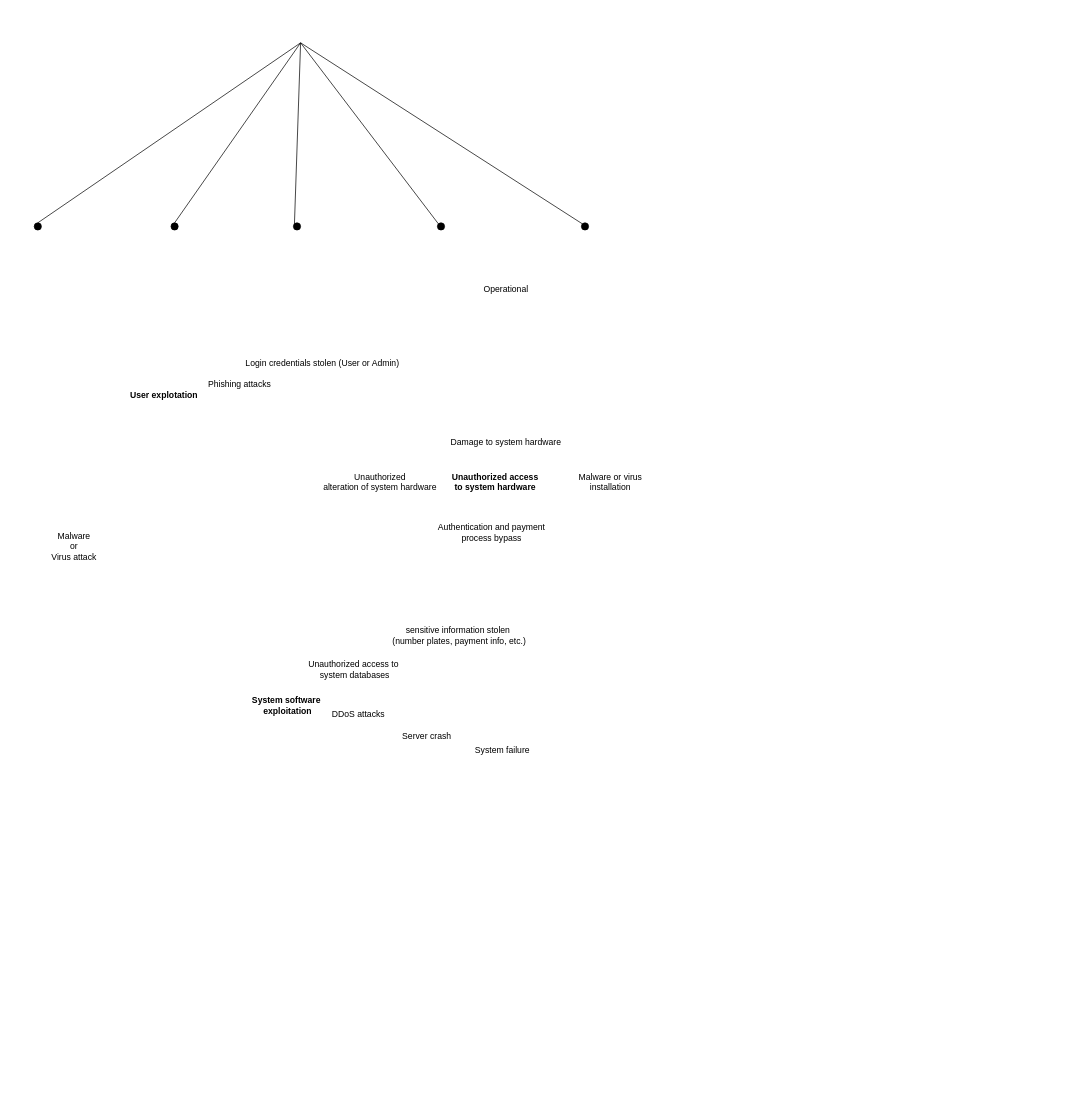
Before: Untitled Diagram.drawio in ZINGALOOME/SecEngineering, a draw.io diagram. Source tidied: cells renumbered, new cells numbered last; positions are measured from the earlier drawing's top-left corner, leaving out a move shared by most shapes. Both pictures are drawn from the tidied source at 72%, with x=0, y=0 at pixel (34, 42).
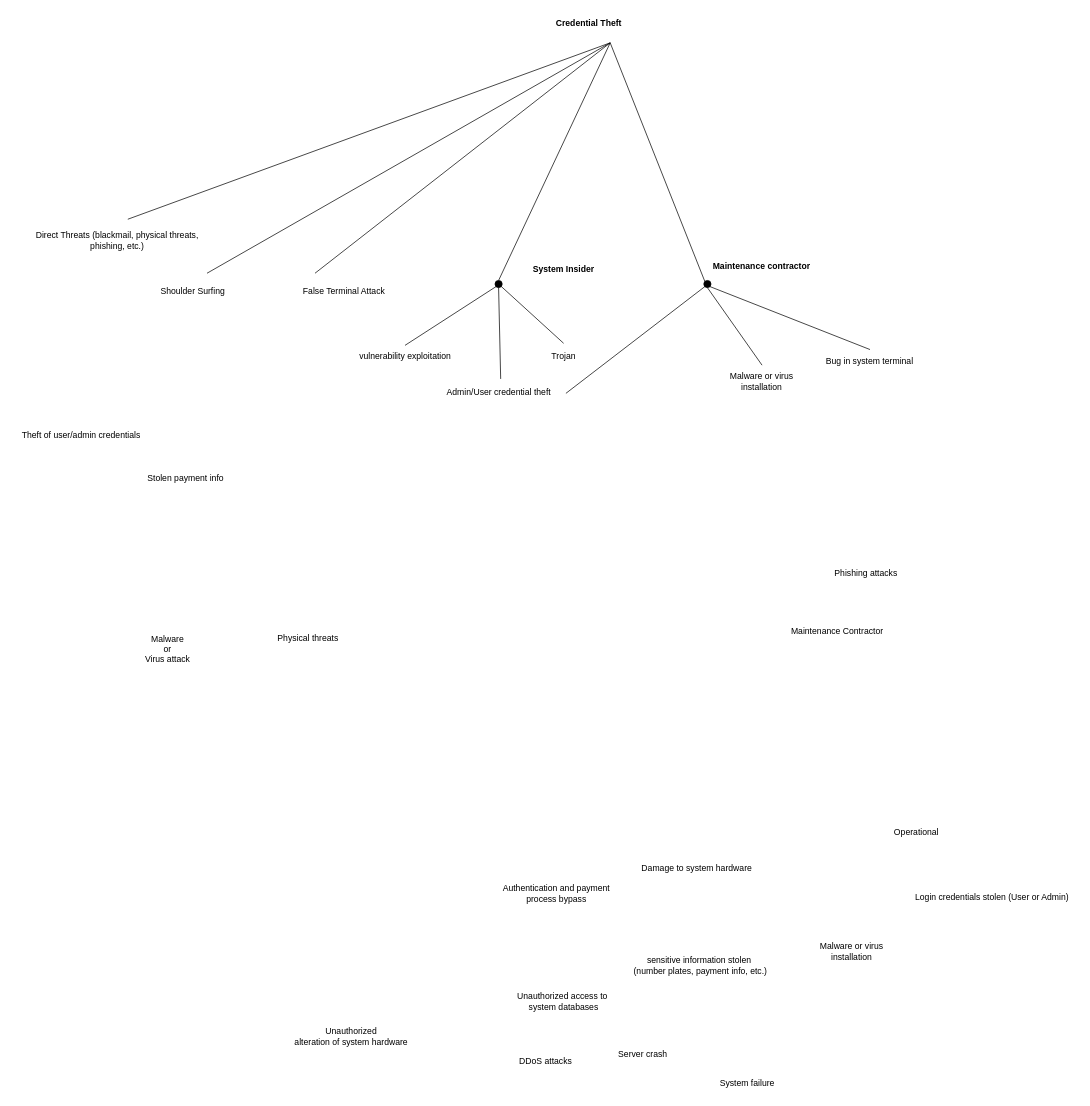
The same diagram, later.

Commit message:
Credential Theft

What changed in the source:
```diff
@@
     <mxCell id="2" value="Damage to system hardware" style="text;html=1;align=center;verticalAlign=middle;strokeColor=none;fillColor=none;" parent="1" vertex="1">
-      <mxGeometry x="565" y="540" width="180" height="30" as="geometry" />
+      <mxGeometry x="830" y="1132" width="180" height="30" as="geometry" />
     </mxCell>
     <mxCell id="3" value="Unauthorized&lt;br&gt;alteration of system hardware" style="text;html=1;align=center;verticalAlign=middle;strokeColor=none;fillColor=none;" parent="1" vertex="1">
-      <mxGeometry x="390" y="590" width="180" height="40" as="geometry" />
+      <mxGeometry x="350" y="1360" width="180" height="40" as="geometry" />
     </mxCell>
     <mxCell id="4" value="Malware &lt;br&gt;or&lt;br&gt;&amp;nbsp;Virus attack&amp;nbsp;" style="text;html=1;align=center;verticalAlign=middle;strokeColor=none;fillColor=none;" parent="1" vertex="1">
-      <mxGeometry x="10" y="670" width="90" height="60" as="geometry" />
+      <mxGeometry x="140" y="812" width="90" height="60" as="geometry" />
     </mxCell>
-    <mxCell id="5" value="&lt;b&gt;System software&lt;br&gt;&amp;nbsp;exploitation&lt;/b&gt;" style="text;html=1;align=center;verticalAlign=middle;strokeColor=none;fillColor=none;" parent="1" vertex="1">
-      <mxGeometry x="290" y="900" width="120" height="40" as="geometry" />
+    <mxCell id="5" value="False Terminal Attack" style="text;html=1;align=center;verticalAlign=middle;strokeColor=none;fillColor=none;" parent="1" vertex="1">
+      <mxGeometry x="360" y="330" width="140" height="30" as="geometry" />
     </mxCell>
     <mxCell id="6" value="Operational" style="text;html=1;align=center;verticalAlign=middle;strokeColor=none;fillColor=none;" parent="1" vertex="1">
-      <mxGeometry x="610" y="328" width="90" height="30" as="geometry" />
+      <mxGeometry x="1180" y="1082" width="90" height="30" as="geometry" />
     </mxCell>
     <mxCell id="7" style="ellipse;whiteSpace=wrap;html=1;fillColor=#000000;" parent="1" vertex="1">
-      <mxGeometry x="760" y="250" width="10" height="10" as="geometry" />
+      <mxGeometry x="930" y="330" width="10" height="10" as="geometry" />
     </mxCell>
-    <mxCell id="8" style="endArrow=none;html=1;rounded=0;exitX=0.5;exitY=0;exitDx=0;exitDy=0;" parent="1" edge="1" source="16">
+    <mxCell id="8" style="endArrow=none;html=1;rounded=0;" parent="1" edge="1">
       <mxGeometry relative="1" as="geometry">
-        <mxPoint x="370" as="targetPoint" />
+        <mxPoint x="130" y="245" as="sourcePoint" />
+        <mxPoint x="800" as="targetPoint" />
       </mxGeometry>
     </mxCell>
-    <mxCell id="9" style="endArrow=none;html=1;rounded=0;exitX=0.5;exitY=0;exitDx=0;exitDy=0;" parent="1" edge="1" source="15">
+    <mxCell id="9" style="endArrow=none;html=1;rounded=0;" parent="1" edge="1">
       <mxGeometry relative="1" as="geometry">
-        <mxPoint x="370" as="targetPoint" />
+        <mxPoint x="240" y="320" as="sourcePoint" />
+        <mxPoint x="800" as="targetPoint" />
       </mxGeometry>
     </mxCell>
-    <mxCell id="10" style="endArrow=none;html=1;rounded=0;exitX=0;exitY=0;exitDx=0;exitDy=0;" parent="1" edge="1" source="14">
+    <mxCell id="10" style="endArrow=none;html=1;rounded=0;" parent="1" edge="1">
       <mxGeometry relative="1" as="geometry">
-        <mxPoint x="370" as="targetPoint" />
+        <mxPoint x="390" y="320" as="sourcePoint" />
+        <mxPoint x="800" as="targetPoint" />
       </mxGeometry>
     </mxCell>
-    <mxCell id="11" style="endArrow=none;html=1;rounded=0;exitX=0;exitY=0;exitDx=0;exitDy=0;" parent="1" edge="1" source="13">
+    <mxCell id="11" style="endArrow=none;html=1;rounded=0;exitX=0.5;exitY=0;exitDx=0;exitDy=0;" parent="1" edge="1" source="35">
       <mxGeometry relative="1" as="geometry">
-        <mxPoint x="370" as="targetPoint" />
+        <mxPoint x="800" as="targetPoint" />
       </mxGeometry>
     </mxCell>
     <mxCell id="12" style="endArrow=none;html=1;rounded=0;exitX=0;exitY=0;exitDx=0;exitDy=0;" parent="1" edge="1" source="7">
       <mxGeometry relative="1" as="geometry">
-        <mxPoint x="370" as="targetPoint" />
+        <mxPoint x="800" as="targetPoint" />
       </mxGeometry>
     </mxCell>
-    <mxCell id="13" style="ellipse;whiteSpace=wrap;html=1;fillColor=#000000;" parent="1" vertex="1">
-      <mxGeometry x="560" y="250" width="10" height="10" as="geometry" />
-    </mxCell>
-    <mxCell id="14" style="ellipse;whiteSpace=wrap;html=1;fillColor=#000000;" parent="1" vertex="1">
-      <mxGeometry x="360" y="250" width="10" height="10" as="geometry" />
-    </mxCell>
-    <mxCell id="15" style="ellipse;whiteSpace=wrap;html=1;fillColor=#000000;" parent="1" vertex="1">
-      <mxGeometry x="190" y="250" width="10" height="10" as="geometry" />
-    </mxCell>
-    <mxCell id="16" style="ellipse;whiteSpace=wrap;html=1;fillColor=#000000;" parent="1" vertex="1">
-      <mxGeometry y="250" width="10" height="10" as="geometry" />
-    </mxCell>
-    <mxCell id="17" value="&lt;b&gt;Unauthorized access&lt;br&gt;to system hardware&lt;/b&gt;" style="text;html=1;align=center;verticalAlign=middle;strokeColor=none;fillColor=none;" parent="1" vertex="1">
-      <mxGeometry x="570" y="590" width="140" height="40" as="geometry" />
+    <mxCell id="17" value="Shoulder Surfing" style="text;html=1;align=center;verticalAlign=middle;strokeColor=none;fillColor=none;" parent="1" vertex="1">
+      <mxGeometry x="165" y="330" width="110" height="30" as="geometry" />
     </mxCell>
     <mxCell id="18" value="Unauthorized access to&amp;nbsp;&lt;br&gt;system databases" style="text;html=1;align=center;verticalAlign=middle;strokeColor=none;fillColor=none;" parent="1" vertex="1">
-      <mxGeometry x="370" y="850" width="150" height="40" as="geometry" />
+      <mxGeometry x="660" y="1312" width="150" height="40" as="geometry" />
     </mxCell>
     <mxCell id="19" value="Authentication and payment&lt;br&gt;process bypass" style="text;html=1;align=center;verticalAlign=middle;strokeColor=none;fillColor=none;" parent="1" vertex="1">
-      <mxGeometry x="550" y="660" width="170" height="40" as="geometry" />
+      <mxGeometry x="640" y="1162" width="170" height="40" as="geometry" />
     </mxCell>
     <mxCell id="20" value="Malware or virus&lt;br&gt;installation" style="text;html=1;align=center;verticalAlign=middle;strokeColor=none;fillColor=none;" parent="1" vertex="1">
-      <mxGeometry x="745" y="590" width="110" height="40" as="geometry" />
+      <mxGeometry x="1080" y="1242" width="110" height="40" as="geometry" />
     </mxCell>
     <mxCell id="21" value="sensitive information stolen&amp;nbsp;&lt;br&gt;(number plates, payment info, etc.)" style="text;html=1;align=center;verticalAlign=middle;strokeColor=none;fillColor=none;" parent="1" vertex="1">
-      <mxGeometry x="485" y="803" width="210" height="40" as="geometry" />
+      <mxGeometry x="820" y="1262" width="210" height="40" as="geometry" />
     </mxCell>
     <mxCell id="22" value="DDoS attacks" style="text;html=1;align=center;verticalAlign=middle;strokeColor=none;fillColor=none;" parent="1" vertex="1">
-      <mxGeometry x="400" y="918" width="100" height="30" as="geometry" />
+      <mxGeometry x="660" y="1400" width="100" height="30" as="geometry" />
     </mxCell>
     <mxCell id="23" value="Server crash" style="text;html=1;align=center;verticalAlign=middle;strokeColor=none;fillColor=none;" parent="1" vertex="1">
-      <mxGeometry x="500" y="948" width="90" height="30" as="geometry" />
+      <mxGeometry x="800" y="1390" width="90" height="30" as="geometry" />
     </mxCell>
     <mxCell id="24" value="System failure" style="text;html=1;align=center;verticalAlign=middle;strokeColor=none;fillColor=none;" parent="1" vertex="1">
-      <mxGeometry x="600" y="968" width="100" height="30" as="geometry" />
+      <mxGeometry x="940" y="1430" width="100" height="30" as="geometry" />
     </mxCell>
-    <mxCell id="25" value="&lt;b&gt;User explotation&lt;/b&gt;" style="text;html=1;align=center;verticalAlign=middle;strokeColor=none;fillColor=none;" parent="1" vertex="1">
-      <mxGeometry x="120" y="475" width="120" height="30" as="geometry" />
+    <mxCell id="25" value="Direct Threats (blackmail, physical threats,&lt;br&gt;phishing, etc.)" style="text;html=1;align=center;verticalAlign=middle;strokeColor=none;fillColor=none;" parent="1" vertex="1">
+      <mxGeometry x="-10" y="255" width="250" height="40" as="geometry" />
     </mxCell>
     <mxCell id="26" value="Phishing attacks" style="text;html=1;align=center;verticalAlign=middle;strokeColor=none;fillColor=none;" parent="1" vertex="1">
-      <mxGeometry x="230" y="460" width="110" height="30" as="geometry" />
+      <mxGeometry x="1100" y="722" width="110" height="30" as="geometry" />
     </mxCell>
     <mxCell id="27" value="Login credentials stolen (User or Admin)" style="text;html=1;align=center;verticalAlign=middle;strokeColor=none;fillColor=none;" parent="1" vertex="1">
-      <mxGeometry x="280" y="430" width="240" height="30" as="geometry" />
+      <mxGeometry x="1210" y="1172" width="240" height="30" as="geometry" />
     </mxCell>
+    <mxCell id="28" value="&lt;b&gt;Maintenance contractor&lt;/b&gt;" style="text;html=1;align=center;verticalAlign=middle;strokeColor=none;fillColor=none;" parent="1" vertex="1">
+      <mxGeometry x="930" y="295" width="160" height="30" as="geometry" />
+    </mxCell>
+    <mxCell id="29" value="Theft of user/admin credentials" style="text;html=1;align=center;verticalAlign=middle;strokeColor=none;fillColor=none;" parent="1" vertex="1">
+      <mxGeometry x="-30" y="530" width="190" height="30" as="geometry" />
+    </mxCell>
+    <mxCell id="30" value="Maintenance Contractor" style="text;html=1;align=center;verticalAlign=middle;strokeColor=none;fillColor=none;" parent="1" vertex="1">
+      <mxGeometry x="1040" y="802" width="150" height="30" as="geometry" />
+    </mxCell>
+    <mxCell id="31" value="Physical threats" style="text;html=1;align=center;verticalAlign=middle;strokeColor=none;fillColor=none;" parent="1" vertex="1">
+      <mxGeometry x="325" y="812" width="110" height="30" as="geometry" />
+    </mxCell>
+    <mxCell id="32" value="Stolen payment info" style="text;html=1;align=center;verticalAlign=middle;strokeColor=none;fillColor=none;" parent="1" vertex="1">
+      <mxGeometry x="145" y="590" width="130" height="30" as="geometry" />
+    </mxCell>
+    <mxCell id="33" value="&lt;b&gt;Credential Theft&lt;/b&gt;" style="text;html=1;align=center;verticalAlign=middle;strokeColor=none;fillColor=none;" parent="1" vertex="1">
+      <mxGeometry x="715" y="-42" width="110" height="30" as="geometry" />
+    </mxCell>
+    <mxCell id="34" value="&lt;b&gt;System Insider&lt;/b&gt;" style="text;html=1;align=center;verticalAlign=middle;strokeColor=none;fillColor=none;" parent="1" vertex="1">
+      <mxGeometry x="680" y="300" width="110" height="30" as="geometry" />
+    </mxCell>
+    <mxCell id="35" style="ellipse;whiteSpace=wrap;html=1;fillColor=#000000;" parent="1" vertex="1">
+      <mxGeometry x="640" y="330" width="10" height="10" as="geometry" />
+    </mxCell>
+    <mxCell id="36" style="endArrow=none;html=1;rounded=0;exitX=0.505;exitY=-0.09;exitDx=0;exitDy=0;exitPerimeter=0;" parent="1" edge="1" source="37" target="35">
+      <mxGeometry relative="1" as="geometry" />
+    </mxCell>
+    <mxCell id="37" value="Trojan" style="text;html=1;align=center;verticalAlign=middle;points=[];strokeColor=none;fillColor=none;" parent="1" vertex="1">
+      <mxGeometry x="705" y="420" width="60" height="30" as="geometry" />
+    </mxCell>
+    <mxCell id="38" style="endArrow=none;html=1;rounded=0;entryX=0.5;entryY=1;entryDx=0;entryDy=0;exitX=0.517;exitY=-0.106;exitDx=0;exitDy=0;exitPerimeter=0;" parent="1" edge="1" source="39" target="35">
+      <mxGeometry relative="1" as="geometry" />
+    </mxCell>
+    <mxCell id="39" value="Admin/User credential theft" style="text;html=1;align=center;verticalAlign=middle;points=[];strokeColor=none;fillColor=none;" parent="1" vertex="1">
+      <mxGeometry x="560" y="470" width="170" height="30" as="geometry" />
+    </mxCell>
+    <mxCell id="40" style="endArrow=none;html=1;rounded=0;entryX=0;entryY=1;entryDx=0;entryDy=0;exitX=0.5;exitY=0.006;exitDx=0;exitDy=0;exitPerimeter=0;" parent="1" edge="1" source="41" target="35">
+      <mxGeometry relative="1" as="geometry" />
+    </mxCell>
+    <mxCell id="41" value="vulnerability exploitation" style="text;html=1;align=center;verticalAlign=middle;points=[];strokeColor=none;fillColor=none;" parent="1" vertex="1">
+      <mxGeometry x="440" y="420" width="150" height="30" as="geometry" />
+    </mxCell>
+    <mxCell id="42" style="endArrow=none;html=1;rounded=0;entryX=1;entryY=1;entryDx=0;entryDy=0;exitX=0.506;exitY=-0.067;exitDx=0;exitDy=0;exitPerimeter=0;" parent="1" edge="1" source="43" target="7">
+      <mxGeometry relative="1" as="geometry" />
+    </mxCell>
+    <mxCell id="43" value="Bug in system terminal" style="text;html=1;align=center;verticalAlign=middle;points=[];strokeColor=none;fillColor=none;" parent="1" vertex="1">
+      <mxGeometry x="1090" y="428" width="140" height="30" as="geometry" />
+    </mxCell>
+    <mxCell id="44" style="endArrow=none;html=1;rounded=0;exitX=0.508;exitY=-0.058;exitDx=0;exitDy=0;exitPerimeter=0;entryX=0.5;entryY=1;entryDx=0;entryDy=0;" parent="1" edge="1" source="45" target="7">
+      <mxGeometry relative="1" as="geometry" />
+    </mxCell>
+    <mxCell id="45" value="Malware or virus&lt;br&gt;installation" style="text;html=1;align=center;verticalAlign=middle;points=[];strokeColor=none;fillColor=none;" parent="1" vertex="1">
+      <mxGeometry x="955" y="450" width="110" height="40" as="geometry" />
+    </mxCell>
+    <mxCell id="46" style="endArrow=none;html=1;rounded=0;exitX=1.05;exitY=0.561;exitDx=0;exitDy=0;exitPerimeter=0;entryX=0;entryY=1;entryDx=0;entryDy=0;" parent="1" edge="1" source="39" target="7">
+      <mxGeometry relative="1" as="geometry" />
+    </mxCell>
```
